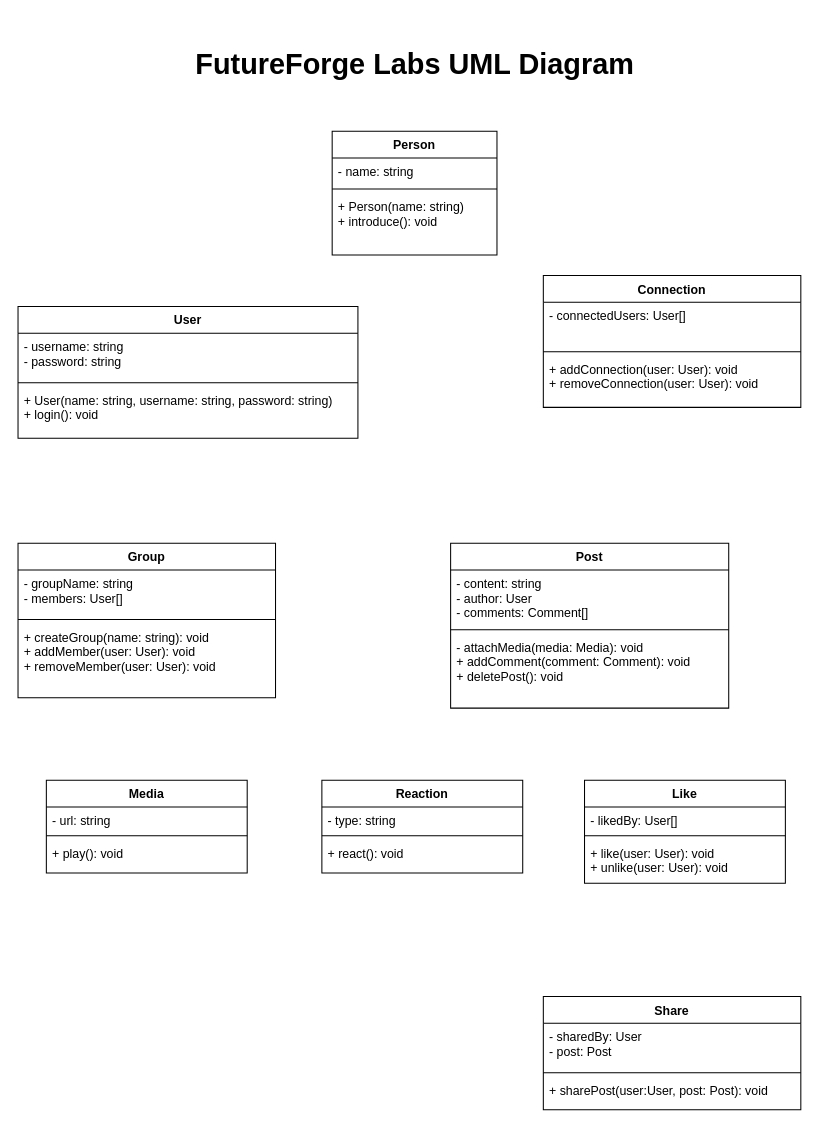
Earlier version of the draw.io diagram docs/futureforge/futureforgeuml.drawio (BlazerLabs/CSC-3105-22-23-Project-Repo). Source tidied: cells renumbered, new cells numbered last; positions are measured from the earlier drawing's top-left corner, leaving out a move shared by most shapes. Both pictures are drawn from the tidied source at 103%, with x=0, y=0 at pixel (18, 38).
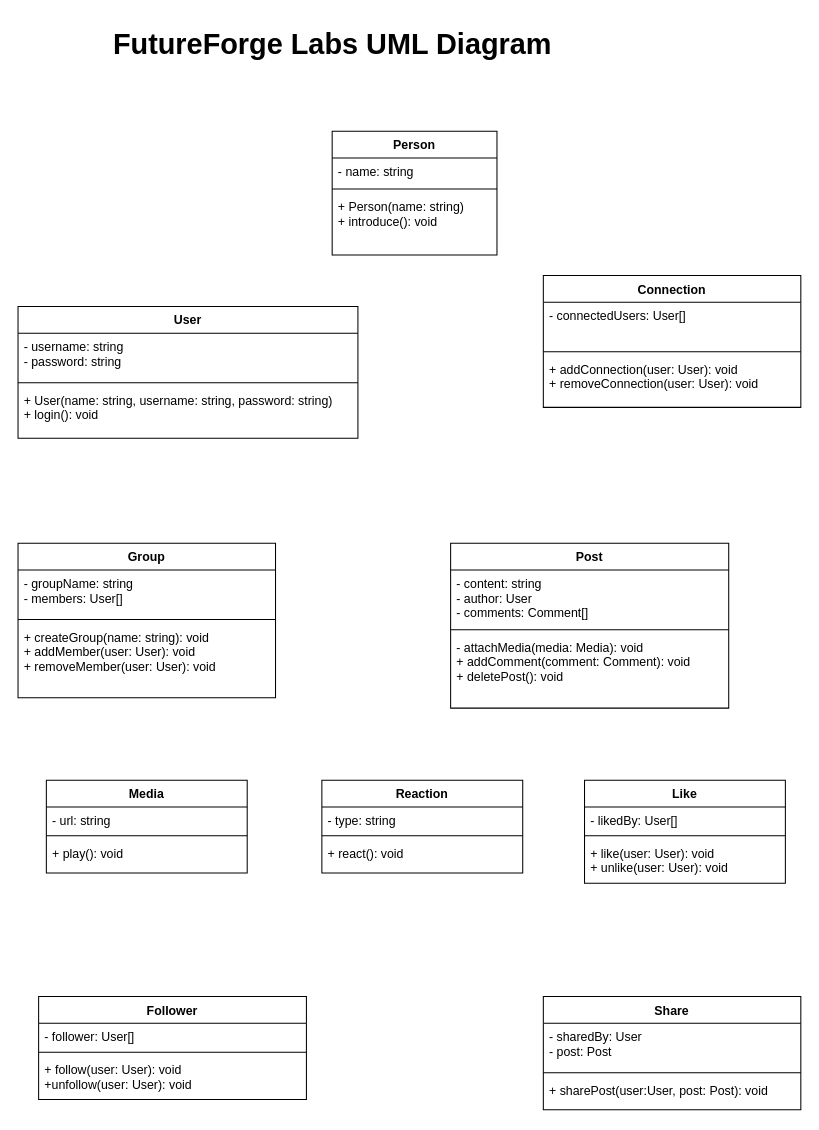
The same diagram, later.

Commit message:
my contribution on project 1, i worked on the follower section

Diff of the diagram source:
```diff
@@
     <mxCell id="6" value="&lt;font size=&quot;1&quot; style=&quot;&quot;&gt;&lt;b style=&quot;font-size: 28px;&quot;&gt;FutureForge Labs UML Diagram&lt;/b&gt;&lt;/font&gt;" style="text;html=1;align=center;verticalAlign=middle;strokeColor=none;fillColor=none;" parent="1" vertex="1">
-      <mxGeometry x="160" width="450" height="50" as="geometry" />
+      <mxGeometry x="80" y="-20" width="450" height="50" as="geometry" />
     </mxCell>
@@
+    <mxCell id="39" value="Follower" style="swimlane;fontStyle=1;align=center;verticalAlign=top;horizontal=1;startSize=26;" parent="1" vertex="1">
+      <mxGeometry x="20" y="930" width="260" height="100" as="geometry" />
+    </mxCell>
+    <mxCell id="40" value="- follower: User[]" style="text;strokeColor=none;fillColor=none;align=left;verticalAlign=top;spacingLeft=4;spacingRight=4;overflow=hidden;" parent="39" vertex="1">
+      <mxGeometry y="26" width="260" height="24" as="geometry" />
+    </mxCell>
+    <mxCell id="41" style="line;strokeWidth=1;fillColor=none;align=left;verticalAlign=middle;spacingTop=-1;spacingLeft=3;spacingRight=3;labelPosition=right;strokeColor=inherit;" parent="39" vertex="1">
+      <mxGeometry y="50" width="260" height="8" as="geometry" />
+    </mxCell>
+    <mxCell id="42" value="+ follow(user: User): void&#10;+unfollow(user: User): void" style="text;strokeColor=none;fillColor=none;align=left;verticalAlign=top;spacingLeft=4;spacingRight=4;overflow=hidden;" parent="39" vertex="1">
+      <mxGeometry y="58" width="260" height="42" as="geometry" />
+    </mxCell>
```
